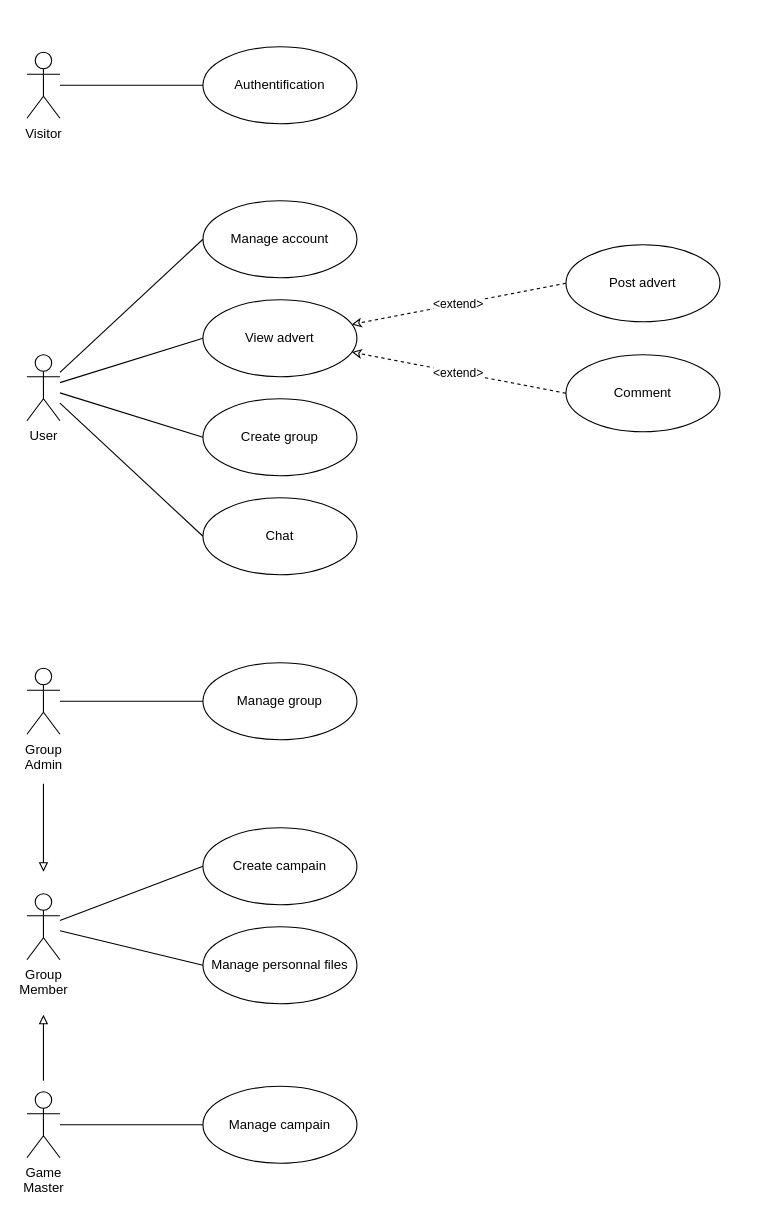
ThreeLeggedDuckling/I3WAD_SymfonyProject keeps this draw.io diagram as page "UC" (2 of 3) of Documentation/Diagrames.drawio. Above is the earlier version. Source tidied: cells renumbered, new cells numbered last; positions are measured from the earlier drawing's top-left corner, leaving out a move shared by most shapes. Both pictures are drawn from the tidied source at 110%, with x=0, y=0 at pixel (26, 46).
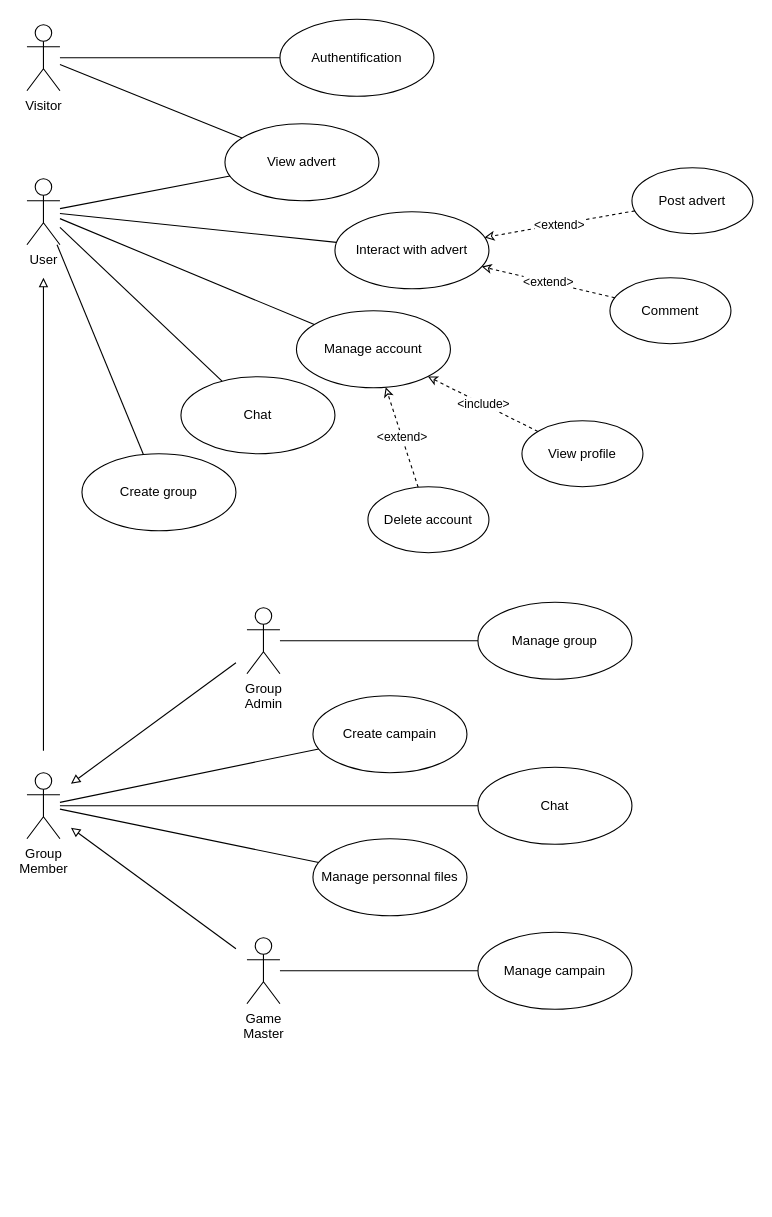
The same diagram, later.

The edit, as a diff of the source:
```diff
@@
     <mxCell id="2" value="Visitor" style="shape=umlActor;verticalLabelPosition=bottom;verticalAlign=top;html=1;" parent="1" vertex="1">
-      <mxGeometry y="5" width="30" height="60" as="geometry" />
+      <mxGeometry y="-20" width="30" height="60" as="geometry" />
     </mxCell>
     <mxCell id="3" value="User" style="shape=umlActor;verticalLabelPosition=bottom;verticalAlign=top;html=1;" parent="1" vertex="1">
-      <mxGeometry y="280" width="30" height="60" as="geometry" />
+      <mxGeometry y="120" width="30" height="60" as="geometry" />
     </mxCell>
     <mxCell id="4" value="Group&lt;div&gt;Member&lt;/div&gt;" style="shape=umlActor;verticalLabelPosition=bottom;verticalAlign=top;html=1;" parent="1" vertex="1">
-      <mxGeometry y="770" width="30" height="60" as="geometry" />
+      <mxGeometry y="660" width="30" height="60" as="geometry" />
     </mxCell>
     <mxCell id="5" value="Group&lt;div&gt;Admin&lt;/div&gt;" style="shape=umlActor;verticalLabelPosition=bottom;verticalAlign=top;html=1;" parent="1" vertex="1">
-      <mxGeometry y="565" width="30" height="60" as="geometry" />
+      <mxGeometry x="200" y="510" width="30" height="60" as="geometry" />
     </mxCell>
     <mxCell id="6" value="Authentification" style="ellipse;whiteSpace=wrap;html=1;" parent="1" vertex="1">
-      <mxGeometry x="160" width="140" height="70" as="geometry" />
+      <mxGeometry x="230" y="-25" width="140" height="70" as="geometry" />
     </mxCell>
     <mxCell id="7" value="Manage account" style="ellipse;whiteSpace=wrap;html=1;" parent="1" vertex="1">
-      <mxGeometry x="160" y="140" width="140" height="70" as="geometry" />
+      <mxGeometry x="245" y="240" width="140" height="70" as="geometry" />
     </mxCell>
     <mxCell id="8" value="View advert" style="ellipse;whiteSpace=wrap;html=1;" parent="1" vertex="1">
-      <mxGeometry x="160" y="230" width="140" height="70" as="geometry" />
+      <mxGeometry x="180" y="70" width="140" height="70" as="geometry" />
     </mxCell>
     <mxCell id="9" value="Create group" style="ellipse;whiteSpace=wrap;html=1;" parent="1" vertex="1">
-      <mxGeometry x="160" y="320" width="140" height="70" as="geometry" />
+      <mxGeometry x="50" y="370" width="140" height="70" as="geometry" />
     </mxCell>
@@
-    <mxCell id="11" style="endArrow=none;html=1;rounded=0;entryX=0;entryY=0.5;entryDx=0;entryDy=0;" parent="1" edge="1" source="3" target="7">
+    <mxCell id="11" style="endArrow=none;html=1;rounded=0;" parent="1" edge="1" source="3" target="7">
       <mxGeometry relative="1" as="geometry" />
     </mxCell>
-    <mxCell id="12" style="endArrow=none;html=1;rounded=0;entryX=0;entryY=0.5;entryDx=0;entryDy=0;" parent="1" edge="1" source="3" target="8">
+    <mxCell id="12" style="endArrow=none;html=1;rounded=0;" parent="1" edge="1" source="3" target="8">
       <mxGeometry relative="1" as="geometry" />
     </mxCell>
-    <mxCell id="13" style="endArrow=none;html=1;rounded=0;entryX=0;entryY=0.5;entryDx=0;entryDy=0;" parent="1" edge="1" source="3" target="9">
+    <mxCell id="13" style="endArrow=none;html=1;rounded=0;" parent="1" edge="1" source="3" target="9">
       <mxGeometry relative="1" as="geometry" />
     </mxCell>
     <mxCell id="14" value="Chat" style="ellipse;whiteSpace=wrap;html=1;" parent="1" vertex="1">
-      <mxGeometry x="160" y="410" width="140" height="70" as="geometry" />
+      <mxGeometry x="140" y="300" width="140" height="70" as="geometry" />
     </mxCell>
-    <mxCell id="15" style="endArrow=none;html=1;rounded=0;entryX=0;entryY=0.5;entryDx=0;entryDy=0;" parent="1" edge="1" source="3" target="14">
+    <mxCell id="15" style="endArrow=none;html=1;rounded=0;" parent="1" edge="1" source="3" target="14">
       <mxGeometry relative="1" as="geometry" />
     </mxCell>
     <mxCell id="16" value="Manage group" style="ellipse;whiteSpace=wrap;html=1;" parent="1" vertex="1">
-      <mxGeometry x="160" y="560" width="140" height="70" as="geometry" />
+      <mxGeometry x="410" y="505" width="140" height="70" as="geometry" />
     </mxCell>
@@
     <mxCell id="18" value="Create campain" style="ellipse;whiteSpace=wrap;html=1;" parent="1" vertex="1">
-      <mxGeometry x="160" y="710" width="140" height="70" as="geometry" />
+      <mxGeometry x="260" y="590" width="140" height="70" as="geometry" />
     </mxCell>
-    <mxCell id="19" value="Manage personnal files" style="ellipse;whiteSpace=wrap;html=1;" parent="1" vertex="1">
-      <mxGeometry x="160" y="800" width="140" height="70" as="geometry" />
-    </mxCell>
     <mxCell id="20" style="endArrow=block;html=1;rounded=0;endFill=0;" parent="1" edge="1">
       <mxGeometry relative="1" as="geometry">
-        <mxPoint x="15" y="670" as="sourcePoint" />
-        <mxPoint x="15" y="750" as="targetPoint" />
+        <mxPoint x="190" y="560" as="sourcePoint" />
+        <mxPoint x="40" y="670" as="targetPoint" />
       </mxGeometry>
     </mxCell>
-    <mxCell id="21" style="endArrow=none;html=1;rounded=0;entryX=0;entryY=0.5;entryDx=0;entryDy=0;" parent="1" edge="1" source="4" target="18">
+    <mxCell id="21" style="endArrow=none;html=1;rounded=0;" parent="1" edge="1" source="4" target="18">
       <mxGeometry relative="1" as="geometry" />
     </mxCell>
-    <mxCell id="22" style="endArrow=none;html=1;rounded=0;entryX=0;entryY=0.5;entryDx=0;entryDy=0;" parent="1" edge="1" source="4" target="19">
+    <mxCell id="22" style="endArrow=none;html=1;rounded=0;" parent="1" edge="1" source="4" target="34">
       <mxGeometry relative="1" as="geometry" />
     </mxCell>
     <mxCell id="23" value="Game&lt;div&gt;Master&lt;/div&gt;" style="shape=umlActor;verticalLabelPosition=bottom;verticalAlign=top;html=1;" parent="1" vertex="1">
-      <mxGeometry y="950" width="30" height="60" as="geometry" />
+      <mxGeometry x="200" y="810" width="30" height="60" as="geometry" />
     </mxCell>
     <mxCell id="24" style="endArrow=block;html=1;rounded=0;endFill=0;" parent="1" edge="1">
       <mxGeometry relative="1" as="geometry">
-        <mxPoint x="15" y="940" as="sourcePoint" />
-        <mxPoint x="15" y="880" as="targetPoint" />
+        <mxPoint x="190" y="820" as="sourcePoint" />
+        <mxPoint x="40" y="710" as="targetPoint" />
       </mxGeometry>
     </mxCell>
     <mxCell id="25" value="Manage campain" style="ellipse;whiteSpace=wrap;html=1;" parent="1" vertex="1">
-      <mxGeometry x="160" y="945" width="140" height="70" as="geometry" />
+      <mxGeometry x="410" y="805" width="140" height="70" as="geometry" />
     </mxCell>
@@
     <mxCell id="27" value="Comment" style="ellipse;whiteSpace=wrap;html=1;" parent="1" vertex="1">
-      <mxGeometry x="490" y="280" width="140" height="70" as="geometry" />
+      <mxGeometry x="530" y="210" width="110" height="60" as="geometry" />
     </mxCell>
-    <mxCell id="28" style="endArrow=classic;html=1;rounded=0;dashed=1;endFill=0;exitX=0;exitY=0.5;exitDx=0;exitDy=0;" parent="1" edge="1" source="27" target="8">
+    <mxCell id="28" style="endArrow=classic;html=1;rounded=0;dashed=1;endFill=0;" parent="1" edge="1" source="27" target="42">
       <mxGeometry relative="1" as="geometry" />
     </mxCell>
@@
-    <mxCell id="30" style="endArrow=classic;html=1;rounded=0;dashed=1;endFill=0;exitX=0;exitY=0.5;exitDx=0;exitDy=0;" parent="1" edge="1" source="32" target="8">
+    <mxCell id="30" style="endArrow=classic;html=1;rounded=0;dashed=1;endFill=0;" parent="1" edge="1" source="32" target="42">
       <mxGeometry relative="1" as="geometry" />
     </mxCell>
@@
     <mxCell id="32" value="Post advert" style="ellipse;whiteSpace=wrap;html=1;" parent="1" vertex="1">
-      <mxGeometry x="490" y="180" width="140" height="70" as="geometry" />
+      <mxGeometry x="550" y="110" width="110" height="60" as="geometry" />
     </mxCell>
+    <mxCell id="19" value="Manage personnal files" style="ellipse;whiteSpace=wrap;html=1;" parent="1" vertex="1">
+      <mxGeometry x="260" y="720" width="140" height="70" as="geometry" />
+    </mxCell>
+    <mxCell id="33" style="endArrow=none;html=1;rounded=0;" parent="1" edge="1" source="4" target="19">
+      <mxGeometry relative="1" as="geometry" />
+    </mxCell>
+    <mxCell id="34" value="Chat" style="ellipse;whiteSpace=wrap;html=1;" parent="1" vertex="1">
+      <mxGeometry x="410" y="655" width="140" height="70" as="geometry" />
+    </mxCell>
+    <mxCell id="35" value="View profile" style="ellipse;whiteSpace=wrap;html=1;" parent="1" vertex="1">
+      <mxGeometry x="450" y="340" width="110" height="60" as="geometry" />
+    </mxCell>
+    <mxCell id="36" style="endArrow=classic;html=1;rounded=0;dashed=1;endFill=0;" parent="1" edge="1" source="35" target="7">
+      <mxGeometry relative="1" as="geometry" />
+    </mxCell>
+    <mxCell id="37" value="&amp;lt;include&amp;gt;" style="edgeLabel;html=1;align=center;verticalAlign=middle;" parent="36" vertex="1">
+      <mxGeometry x="0.01" relative="1" as="geometry" />
+    </mxCell>
+    <mxCell id="38" style="endArrow=classic;html=1;rounded=0;dashed=1;endFill=0;" parent="1" edge="1" source="40" target="7">
+      <mxGeometry relative="1" as="geometry" />
+    </mxCell>
+    <mxCell id="39" value="&amp;lt;extend&amp;gt;" style="edgeLabel;html=1;align=center;verticalAlign=middle;" parent="38" vertex="1">
+      <mxGeometry x="0.01" relative="1" as="geometry" />
+    </mxCell>
+    <mxCell id="40" value="Delete account" style="ellipse;whiteSpace=wrap;html=1;" parent="1" vertex="1">
+      <mxGeometry x="310" y="400" width="110" height="60" as="geometry" />
+    </mxCell>
+    <mxCell id="41" style="endArrow=block;html=1;rounded=0;endFill=0;" parent="1" edge="1">
+      <mxGeometry relative="1" as="geometry">
+        <mxPoint x="15" y="640" as="sourcePoint" />
+        <mxPoint x="15" y="210" as="targetPoint" />
+      </mxGeometry>
+    </mxCell>
+    <mxCell id="42" value="Interact with advert" style="ellipse;whiteSpace=wrap;html=1;" parent="1" vertex="1">
+      <mxGeometry x="280" y="150" width="140" height="70" as="geometry" />
+    </mxCell>
+    <mxCell id="43" style="endArrow=none;html=1;rounded=0;" parent="1" edge="1" source="2" target="8">
+      <mxGeometry relative="1" as="geometry" />
+    </mxCell>
+    <mxCell id="44" style="endArrow=none;html=1;rounded=0;" parent="1" edge="1" source="3" target="42">
+      <mxGeometry relative="1" as="geometry" />
+    </mxCell>
```
